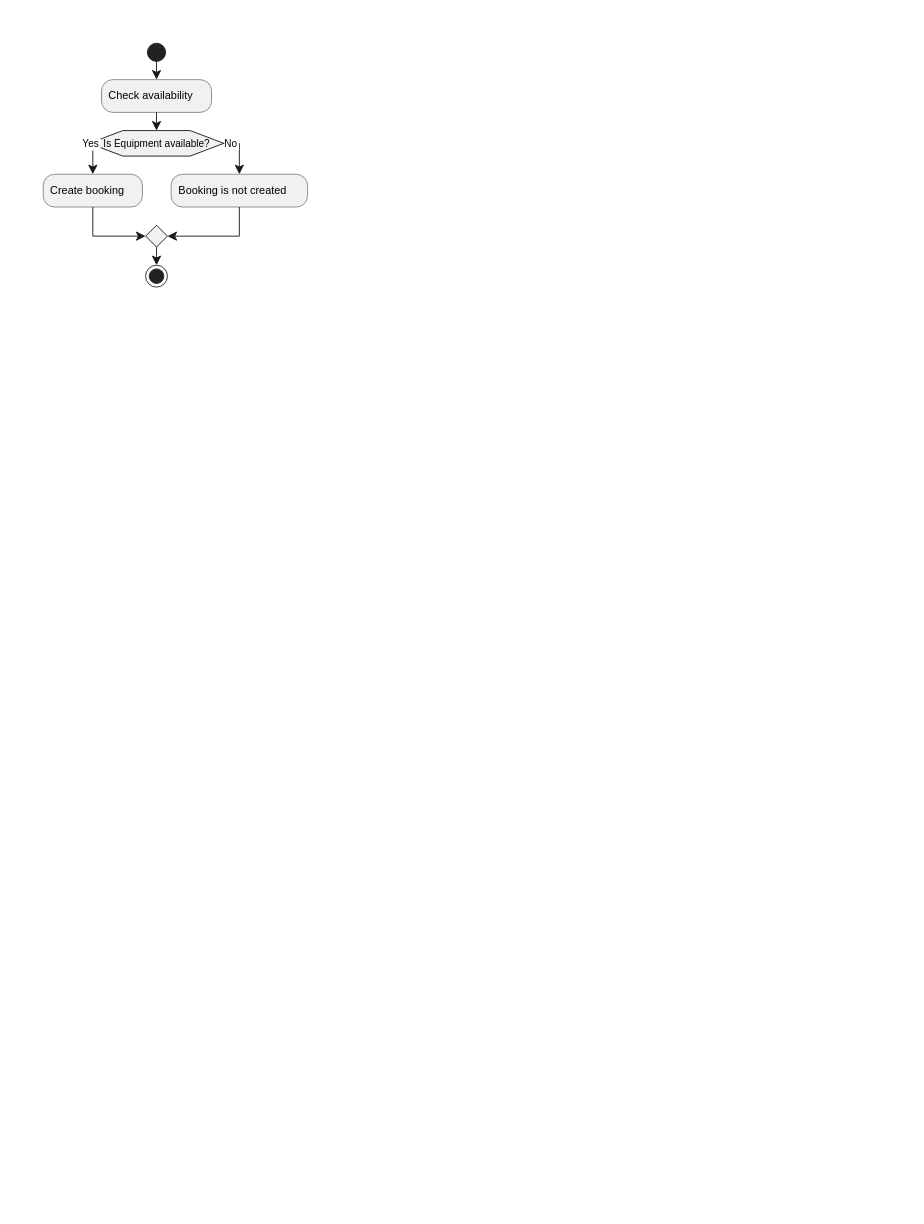
Above: modell/Activitiy-diagram.drawio in zemenesemere-code/Gruppe--arbeid (draw.io), before the change. Source tidied: cells renumbered, new cells numbered last; positions are measured from the earlier drawing's top-left corner, leaving out a move shared by most shapes. Both pictures are drawn from the tidied source at 91%, with x=0, y=0 at pixel (15, 15).
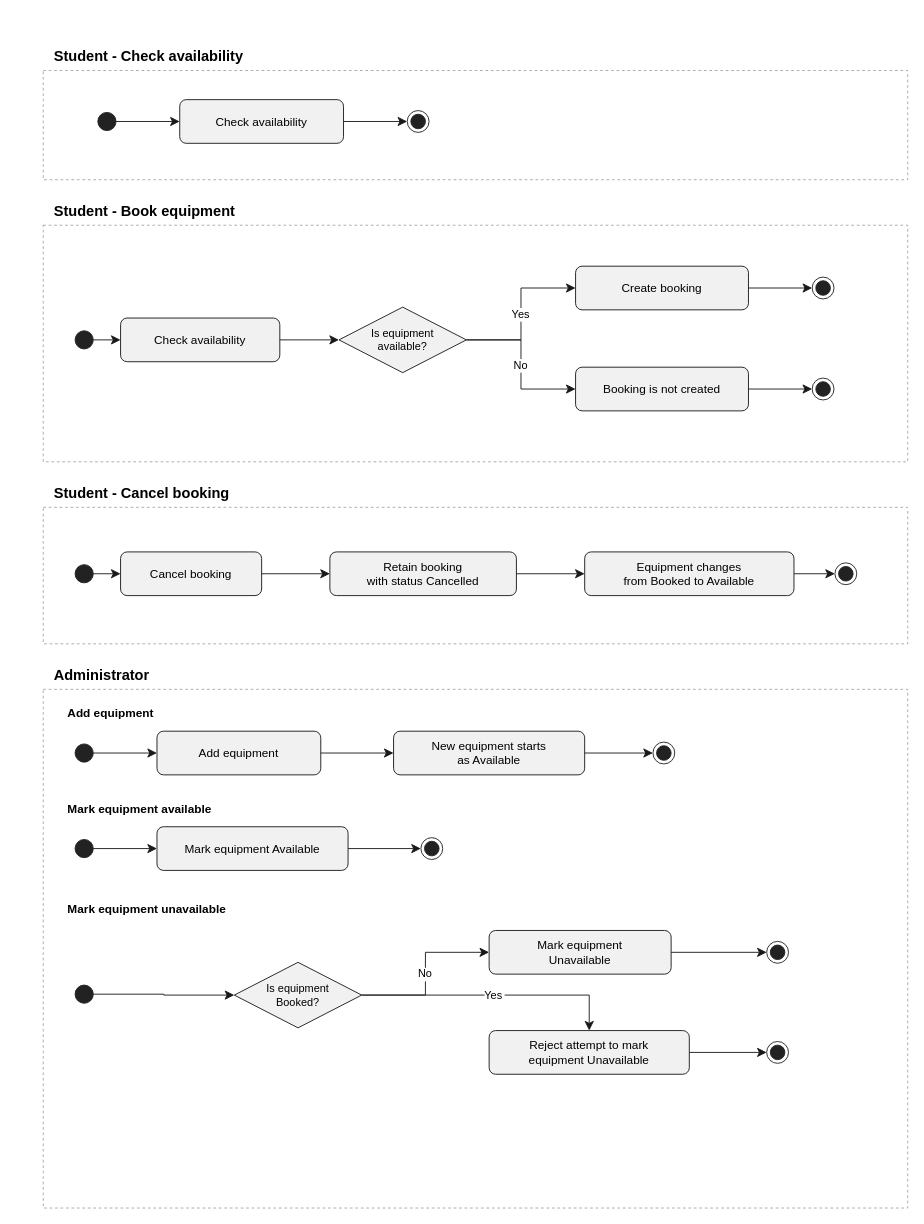
The same page after the edit.

The change refers to these unchanged cells:
```xml
<mxCell id="2" style="group;transparentBounds=1;editIcon=1;lockedGroup=0;groupPadding=10;" parent="1" vertex="1">
  <mxGeometry as="geometry" />
</mxCell>
```

What changed in the source:
```diff
@@
-    <mxCell id="3" style="ellipse;fillColor=#222222;strokeColor=#222222;" parent="2" vertex="1">
-      <mxGeometry x="144.5" y="30" width="20" height="20" as="geometry" />
-    </mxCell>
-    <mxCell id="4" value="Check availability" style="rounded=1;absoluteArcSize=1;arcSize=25;fillColor=#F1F1F1;strokeColor=#181818;strokeWidth=0.5;whiteSpace=wrap;fontSize=12;align=left;spacingLeft=6;" parent="2" vertex="1">
-      <mxGeometry x="94" y="70" width="121" height="36" as="geometry" />
-    </mxCell>
-    <mxCell id="5" style="endArrow=classic;endSize=8;strokeColor=#181818;curved=0;rounded=0;fontSize=11;sourcePerimeterSpacing=0;targetPerimeterSpacing=0;" parent="2" edge="1" source="3" target="4">
-      <mxGeometry relative="1" as="geometry" />
-    </mxCell>
-    <mxCell id="6" value="Is Equipment available?" style="shape=hexagon;perimeter=hexagonPerimeter2;fillColor=#F1F1F1;strokeColor=#181818;whiteSpace=wrap;fontSize=11;" parent="2" vertex="1">
-      <mxGeometry x="80.5" y="126" width="148" height="28" as="geometry" />
-    </mxCell>
-    <mxCell id="7" style="endArrow=classic;endSize=8;strokeColor=#181818;entryX=0.5;entryY=0;entryDx=0;entryDy=0;curved=0;rounded=0;fontSize=11;sourcePerimeterSpacing=0;targetPerimeterSpacing=0;" parent="2" edge="1" source="4" target="6">
-      <mxGeometry relative="1" as="geometry" />
-    </mxCell>
-    <mxCell id="8" value="Yes" style="endArrow=classic;endSize=8;strokeColor=#181818;fontSize=11;exitX=0;exitY=0.5;exitDx=0;exitDy=0;curved=0;rounded=0;sourcePerimeterSpacing=0;targetPerimeterSpacing=0;" parent="2" edge="1" source="6" target="9">
-      <mxGeometry x="-0.9" relative="1" as="geometry">
-        <Array as="points">
-          <mxPoint x="84.5" y="140" />
-        </Array>
-      </mxGeometry>
-    </mxCell>
+    <mxCell id="17" value="Student - Check availability" style="text;html=1;align=left;verticalAlign=middle;fontStyle=1;fontSize=16;strokeColor=none;fillColor=none;" parent="1" vertex="1">
+      <mxGeometry x="40" y="30" width="360" height="28" as="geometry" />
+    </mxCell>
+    <mxCell id="18" style="rounded=0;whiteSpace=wrap;html=1;fillColor=none;strokeColor=#A6A6A6;dashed=1;" parent="1" vertex="1">
+      <mxGeometry x="30" y="60" width="950" height="120" as="geometry" />
+    </mxCell>
+    <mxCell id="19" style="ellipse;fillColor=#222222;strokeColor=#222222;" parent="1" vertex="1">
+      <mxGeometry x="90" y="106" width="20" height="20" as="geometry" />
+    </mxCell>
+    <mxCell id="20" value="Check availability" style="rounded=1;whiteSpace=wrap;html=1;fillColor=#F1F1F1;strokeColor=#181818;fontSize=13;" parent="1" vertex="1">
+      <mxGeometry x="180" y="92" width="180" height="48" as="geometry" />
+    </mxCell>
+    <mxCell id="21" style="ellipse;shape=endState;fillColor=#222222;strokeColor=#222222;" parent="1" vertex="1">
+      <mxGeometry x="430" y="104" width="24" height="24" as="geometry" />
+    </mxCell>
+    <mxCell id="22" style="endArrow=classic;endSize=8;strokeColor=#181818;rounded=0;edgeStyle=orthogonalEdgeStyle;" parent="1" edge="1" source="19" target="20">
+      <mxGeometry relative="1" as="geometry" />
+    </mxCell>
+    <mxCell id="23" style="endArrow=classic;endSize=8;strokeColor=#181818;rounded=0;edgeStyle=orthogonalEdgeStyle;" parent="1" edge="1" source="20" target="21">
+      <mxGeometry relative="1" as="geometry" />
+    </mxCell>
+    <mxCell id="24" value="Student - Book equipment" style="text;html=1;align=left;verticalAlign=middle;fontStyle=1;fontSize=16;strokeColor=none;fillColor=none;" parent="1" vertex="1">
+      <mxGeometry x="40" y="200" width="360" height="28" as="geometry" />
+    </mxCell>
+    <mxCell id="25" style="rounded=0;whiteSpace=wrap;html=1;fillColor=none;strokeColor=#A6A6A6;dashed=1;" parent="1" vertex="1">
+      <mxGeometry x="30" y="230" width="950" height="260" as="geometry" />
+    </mxCell>
+    <mxCell id="26" style="ellipse;fillColor=#222222;strokeColor=#222222;" parent="1" vertex="1">
+      <mxGeometry x="65" y="346" width="20" height="20" as="geometry" />
+    </mxCell>
+    <mxCell id="27" value="Check availability" style="rounded=1;whiteSpace=wrap;html=1;fillColor=#F1F1F1;strokeColor=#181818;fontSize=13;" parent="1" vertex="1">
+      <mxGeometry x="115" y="332" width="175" height="48" as="geometry" />
+    </mxCell>
+    <mxCell id="28" value="Is equipment&#10;available?" style="rhombus;whiteSpace=wrap;html=1;fillColor=#F1F1F1;strokeColor=#181818;fontSize=12;" parent="1" vertex="1">
+      <mxGeometry x="355" y="320" width="140" height="72" as="geometry" />
+    </mxCell>
-    <mxCell id="9" value="Create booking" style="rounded=1;absoluteArcSize=1;arcSize=25;fillColor=#F1F1F1;strokeColor=#181818;strokeWidth=0.5;whiteSpace=wrap;fontSize=12;align=left;spacingLeft=6;" parent="2" vertex="1">
-      <mxGeometry x="30" y="174" width="109" height="36" as="geometry" />
+    <mxCell id="9" value="Create booking" style="rounded=1;whiteSpace=wrap;html=1;fillColor=#F1F1F1;strokeColor=#181818;fontSize=13;" parent="1" vertex="1">
+      <mxGeometry x="615" y="275" width="190" height="48" as="geometry" />
     </mxCell>
-    <mxCell id="10" value="No" style="endArrow=classic;endSize=8;strokeColor=#181818;fontSize=11;exitX=1;exitY=0.5;exitDx=0;exitDy=0;curved=0;rounded=0;sourcePerimeterSpacing=0;targetPerimeterSpacing=0;" parent="2" edge="1" source="6" target="11">
-      <mxGeometry x="-0.67" relative="1" as="geometry">
-        <Array as="points">
-          <mxPoint x="245.5" y="140" />
-        </Array>
-      </mxGeometry>
-    </mxCell>
-    <mxCell id="11" value="Booking is not created" style="rounded=1;absoluteArcSize=1;arcSize=25;fillColor=#F1F1F1;strokeColor=#181818;strokeWidth=0.5;whiteSpace=wrap;fontSize=12;align=left;spacingLeft=6;" parent="2" vertex="1">
-      <mxGeometry x="170.5" y="174" width="150" height="36" as="geometry" />
+    <mxCell id="11" value="Booking is not created" style="rounded=1;whiteSpace=wrap;html=1;fillColor=#F1F1F1;strokeColor=#181818;fontSize=13;" parent="1" vertex="1">
+      <mxGeometry x="615" y="386" width="190" height="48" as="geometry" />
     </mxCell>
-    <mxCell id="12" style="rhombus;fillColor=#F1F1F1;strokeColor=#181818;" parent="2" vertex="1">
-      <mxGeometry x="142.5" y="230" width="24" height="24" as="geometry" />
-    </mxCell>
-    <mxCell id="13" style="endArrow=classic;endSize=8;strokeColor=#181818;entryX=0;entryY=0.5;entryDx=0;entryDy=0;curved=0;rounded=0;fontSize=11;sourcePerimeterSpacing=0;targetPerimeterSpacing=0;" parent="2" edge="1" source="9" target="12">
-      <mxGeometry relative="1" as="geometry">
-        <Array as="points">
-          <mxPoint x="84.5" y="242" />
-        </Array>
-      </mxGeometry>
-    </mxCell>
-    <mxCell id="14" style="endArrow=classic;endSize=8;strokeColor=#181818;entryX=1;entryY=0.5;entryDx=0;entryDy=0;curved=0;rounded=0;fontSize=11;sourcePerimeterSpacing=0;targetPerimeterSpacing=0;" parent="2" edge="1" source="11" target="12">
-      <mxGeometry relative="1" as="geometry">
-        <Array as="points">
-          <mxPoint x="245.5" y="242" />
-        </Array>
-      </mxGeometry>
-    </mxCell>
-    <mxCell id="15" style="ellipse;shape=endState;fillColor=#222222;strokeColor=#222222;" parent="2" vertex="1">
-      <mxGeometry x="142.5" y="274" width="24" height="24" as="geometry" />
-    </mxCell>
-    <mxCell id="16" style="endArrow=classic;endSize=8;strokeColor=#181818;exitX=0.5;exitY=1;exitDx=0;exitDy=0;curved=0;rounded=0;fontSize=11;sourcePerimeterSpacing=0;targetPerimeterSpacing=0;" parent="2" edge="1" source="12" target="15">
-      <mxGeometry relative="1" as="geometry" />
-    </mxCell>
+    <mxCell id="29" style="ellipse;shape=endState;fillColor=#222222;strokeColor=#222222;" parent="1" vertex="1">
+      <mxGeometry x="875" y="287" width="24" height="24" as="geometry" />
+    </mxCell>
+    <mxCell id="30" style="ellipse;shape=endState;fillColor=#222222;strokeColor=#222222;" parent="1" vertex="1">
+      <mxGeometry x="875" y="398" width="24" height="24" as="geometry" />
+    </mxCell>
+    <mxCell id="31" style="endArrow=classic;endSize=8;strokeColor=#181818;rounded=0;edgeStyle=orthogonalEdgeStyle;" parent="1" edge="1" source="26" target="27">
+      <mxGeometry relative="1" as="geometry" />
+    </mxCell>
+    <mxCell id="32" style="endArrow=classic;endSize=8;strokeColor=#181818;rounded=0;edgeStyle=orthogonalEdgeStyle;" parent="1" edge="1" source="27" target="28">
+      <mxGeometry relative="1" as="geometry" />
+    </mxCell>
+    <mxCell id="33" value="Yes" style="endArrow=classic;endSize=8;strokeColor=#181818;fontSize=12;rounded=0;edgeStyle=orthogonalEdgeStyle;" parent="1" edge="1" source="28" target="9">
+      <mxGeometry relative="1" as="geometry" />
+    </mxCell>
+    <mxCell id="34" value="No" style="endArrow=classic;endSize=8;strokeColor=#181818;fontSize=12;rounded=0;edgeStyle=orthogonalEdgeStyle;" parent="1" edge="1" source="28" target="11">
+      <mxGeometry relative="1" as="geometry" />
+    </mxCell>
+    <mxCell id="35" style="endArrow=classic;endSize=8;strokeColor=#181818;rounded=0;edgeStyle=orthogonalEdgeStyle;" parent="1" edge="1" source="9" target="29">
+      <mxGeometry relative="1" as="geometry" />
+    </mxCell>
+    <mxCell id="36" style="endArrow=classic;endSize=8;strokeColor=#181818;rounded=0;edgeStyle=orthogonalEdgeStyle;" parent="1" edge="1" source="11" target="30">
+      <mxGeometry relative="1" as="geometry" />
+    </mxCell>
+    <mxCell id="37" value="Student - Cancel booking" style="text;html=1;align=left;verticalAlign=middle;fontStyle=1;fontSize=16;strokeColor=none;fillColor=none;" parent="1" vertex="1">
+      <mxGeometry x="40" y="510" width="360" height="28" as="geometry" />
+    </mxCell>
+    <mxCell id="38" style="rounded=0;whiteSpace=wrap;html=1;fillColor=none;strokeColor=#A6A6A6;dashed=1;" parent="1" vertex="1">
+      <mxGeometry x="30" y="540" width="950" height="150" as="geometry" />
+    </mxCell>
+    <mxCell id="39" style="ellipse;fillColor=#222222;strokeColor=#222222;" parent="1" vertex="1">
+      <mxGeometry x="65" y="603" width="20" height="20" as="geometry" />
+    </mxCell>
+    <mxCell id="40" value="Cancel booking" style="rounded=1;whiteSpace=wrap;html=1;fillColor=#F1F1F1;strokeColor=#181818;fontSize=13;" parent="1" vertex="1">
+      <mxGeometry x="115" y="589" width="155" height="48" as="geometry" />
+    </mxCell>
+    <mxCell id="41" value="Retain booking&#10;with status Cancelled" style="rounded=1;whiteSpace=wrap;html=1;fillColor=#F1F1F1;strokeColor=#181818;fontSize=13;" parent="1" vertex="1">
+      <mxGeometry x="345" y="589" width="205" height="48" as="geometry" />
+    </mxCell>
+    <mxCell id="42" value="Equipment changes&#10;from Booked to Available" style="rounded=1;whiteSpace=wrap;html=1;fillColor=#F1F1F1;strokeColor=#181818;fontSize=13;" parent="1" vertex="1">
+      <mxGeometry x="625" y="589" width="230" height="48" as="geometry" />
+    </mxCell>
+    <mxCell id="43" style="ellipse;shape=endState;fillColor=#222222;strokeColor=#222222;" parent="1" vertex="1">
+      <mxGeometry x="900" y="601" width="24" height="24" as="geometry" />
+    </mxCell>
+    <mxCell id="44" style="endArrow=classic;endSize=8;strokeColor=#181818;rounded=0;edgeStyle=orthogonalEdgeStyle;" parent="1" edge="1" source="39" target="40">
+      <mxGeometry relative="1" as="geometry" />
+    </mxCell>
+    <mxCell id="45" style="endArrow=classic;endSize=8;strokeColor=#181818;rounded=0;edgeStyle=orthogonalEdgeStyle;" parent="1" edge="1" source="40" target="41">
+      <mxGeometry relative="1" as="geometry" />
+    </mxCell>
+    <mxCell id="46" style="endArrow=classic;endSize=8;strokeColor=#181818;rounded=0;edgeStyle=orthogonalEdgeStyle;" parent="1" edge="1" source="41" target="42">
+      <mxGeometry relative="1" as="geometry" />
+    </mxCell>
+    <mxCell id="47" style="endArrow=classic;endSize=8;strokeColor=#181818;rounded=0;edgeStyle=orthogonalEdgeStyle;" parent="1" edge="1" source="42" target="43">
+      <mxGeometry relative="1" as="geometry" />
+    </mxCell>
+    <mxCell id="48" value="Administrator" style="text;html=1;align=left;verticalAlign=middle;fontStyle=1;fontSize=16;strokeColor=none;fillColor=none;" parent="1" vertex="1">
+      <mxGeometry x="40" y="710" width="360" height="28" as="geometry" />
+    </mxCell>
+    <mxCell id="49" style="rounded=0;whiteSpace=wrap;html=1;fillColor=none;strokeColor=#A6A6A6;dashed=1;" parent="1" vertex="1">
+      <mxGeometry x="30" y="740" width="950" height="570" as="geometry" />
+    </mxCell>
+    <mxCell id="50" value="Add equipment" style="text;html=1;align=left;verticalAlign=middle;fontStyle=1;fontSize=13;strokeColor=none;fillColor=none;" parent="1" vertex="1">
+      <mxGeometry x="55" y="755" width="220" height="22" as="geometry" />
+    </mxCell>
+    <mxCell id="51" style="ellipse;fillColor=#222222;strokeColor=#222222;" parent="1" vertex="1">
+      <mxGeometry x="65" y="800" width="20" height="20" as="geometry" />
+    </mxCell>
+    <mxCell id="52" value="Add equipment" style="rounded=1;whiteSpace=wrap;html=1;fillColor=#F1F1F1;strokeColor=#181818;fontSize=13;" parent="1" vertex="1">
+      <mxGeometry x="155" y="786" width="180" height="48" as="geometry" />
+    </mxCell>
+    <mxCell id="53" value="New equipment starts&#10;as Available" style="rounded=1;whiteSpace=wrap;html=1;fillColor=#F1F1F1;strokeColor=#181818;fontSize=13;" parent="1" vertex="1">
+      <mxGeometry x="415" y="786" width="210" height="48" as="geometry" />
+    </mxCell>
+    <mxCell id="54" style="ellipse;shape=endState;fillColor=#222222;strokeColor=#222222;" parent="1" vertex="1">
+      <mxGeometry x="700" y="798" width="24" height="24" as="geometry" />
+    </mxCell>
+    <mxCell id="55" style="endArrow=classic;endSize=8;strokeColor=#181818;rounded=0;edgeStyle=orthogonalEdgeStyle;" parent="1" edge="1" source="51" target="52">
+      <mxGeometry relative="1" as="geometry" />
+    </mxCell>
+    <mxCell id="56" style="endArrow=classic;endSize=8;strokeColor=#181818;rounded=0;edgeStyle=orthogonalEdgeStyle;" parent="1" edge="1" source="52" target="53">
+      <mxGeometry relative="1" as="geometry" />
+    </mxCell>
+    <mxCell id="57" style="endArrow=classic;endSize=8;strokeColor=#181818;rounded=0;edgeStyle=orthogonalEdgeStyle;" parent="1" edge="1" source="53" target="54">
+      <mxGeometry relative="1" as="geometry" />
+    </mxCell>
+    <mxCell id="58" value="Mark equipment available" style="text;html=1;align=left;verticalAlign=middle;fontStyle=1;fontSize=13;strokeColor=none;fillColor=none;" parent="1" vertex="1">
+      <mxGeometry x="55" y="860" width="250" height="22" as="geometry" />
+    </mxCell>
+    <mxCell id="59" style="ellipse;fillColor=#222222;strokeColor=#222222;" parent="1" vertex="1">
+      <mxGeometry x="65" y="905" width="20" height="20" as="geometry" />
+    </mxCell>
+    <mxCell id="60" value="Mark equipment Available" style="rounded=1;whiteSpace=wrap;html=1;fillColor=#F1F1F1;strokeColor=#181818;fontSize=13;" parent="1" vertex="1">
+      <mxGeometry x="155" y="891" width="210" height="48" as="geometry" />
+    </mxCell>
+    <mxCell id="61" style="ellipse;shape=endState;fillColor=#222222;strokeColor=#222222;" parent="1" vertex="1">
+      <mxGeometry x="445" y="903" width="24" height="24" as="geometry" />
+    </mxCell>
+    <mxCell id="62" style="endArrow=classic;endSize=8;strokeColor=#181818;rounded=0;edgeStyle=orthogonalEdgeStyle;" parent="1" edge="1" source="59" target="60">
+      <mxGeometry relative="1" as="geometry" />
+    </mxCell>
+    <mxCell id="63" style="endArrow=classic;endSize=8;strokeColor=#181818;rounded=0;edgeStyle=orthogonalEdgeStyle;" parent="1" edge="1" source="60" target="61">
+      <mxGeometry relative="1" as="geometry" />
+    </mxCell>
+    <mxCell id="64" value="Mark equipment unavailable" style="text;html=1;align=left;verticalAlign=middle;fontStyle=1;fontSize=13;strokeColor=none;fillColor=none;" parent="1" vertex="1">
+      <mxGeometry x="55" y="970" width="260" height="22" as="geometry" />
+    </mxCell>
+    <mxCell id="65" style="ellipse;fillColor=#222222;strokeColor=#222222;" parent="1" vertex="1">
+      <mxGeometry x="65" y="1065" width="20" height="20" as="geometry" />
+    </mxCell>
+    <mxCell id="66" value="Is equipment&#10;Booked?" style="rhombus;whiteSpace=wrap;html=1;fillColor=#F1F1F1;strokeColor=#181818;fontSize=12;" parent="1" vertex="1">
+      <mxGeometry x="240" y="1040" width="140" height="72" as="geometry" />
+    </mxCell>
+    <mxCell id="67" value="Mark equipment&#10;Unavailable" style="rounded=1;whiteSpace=wrap;html=1;fillColor=#F1F1F1;strokeColor=#181818;fontSize=13;" parent="1" vertex="1">
+      <mxGeometry x="520" y="1005" width="200" height="48" as="geometry" />
+    </mxCell>
+    <mxCell id="68" value="Reject attempt to mark&#10;equipment Unavailable" style="rounded=1;whiteSpace=wrap;html=1;fillColor=#F1F1F1;strokeColor=#181818;fontSize=13;" parent="1" vertex="1">
+      <mxGeometry x="520" y="1115" width="220" height="48" as="geometry" />
+    </mxCell>
+    <mxCell id="69" style="ellipse;shape=endState;fillColor=#222222;strokeColor=#222222;" parent="1" vertex="1">
+      <mxGeometry x="825" y="1017" width="24" height="24" as="geometry" />
+    </mxCell>
+    <mxCell id="70" style="ellipse;shape=endState;fillColor=#222222;strokeColor=#222222;" parent="1" vertex="1">
+      <mxGeometry x="825" y="1127" width="24" height="24" as="geometry" />
+    </mxCell>
+    <mxCell id="71" style="endArrow=classic;endSize=8;strokeColor=#181818;rounded=0;edgeStyle=orthogonalEdgeStyle;" parent="1" edge="1" source="65" target="66">
+      <mxGeometry relative="1" as="geometry" />
+    </mxCell>
+    <mxCell id="72" value="No" style="endArrow=classic;endSize=8;strokeColor=#181818;fontSize=12;rounded=0;edgeStyle=orthogonalEdgeStyle;" parent="1" edge="1" source="66" target="67">
+      <mxGeometry relative="1" as="geometry" />
+    </mxCell>
+    <mxCell id="73" value="Yes" style="endArrow=classic;endSize=8;strokeColor=#181818;fontSize=12;rounded=0;edgeStyle=orthogonalEdgeStyle;" parent="1" edge="1" source="66" target="68">
+      <mxGeometry relative="1" as="geometry" />
+    </mxCell>
+    <mxCell id="74" style="endArrow=classic;endSize=8;strokeColor=#181818;rounded=0;edgeStyle=orthogonalEdgeStyle;" parent="1" edge="1" source="67" target="69">
+      <mxGeometry relative="1" as="geometry" />
+    </mxCell>
+    <mxCell id="75" style="endArrow=classic;endSize=8;strokeColor=#181818;rounded=0;edgeStyle=orthogonalEdgeStyle;" parent="1" edge="1" source="68" target="70">
+      <mxGeometry relative="1" as="geometry" />
+    </mxCell>
```
